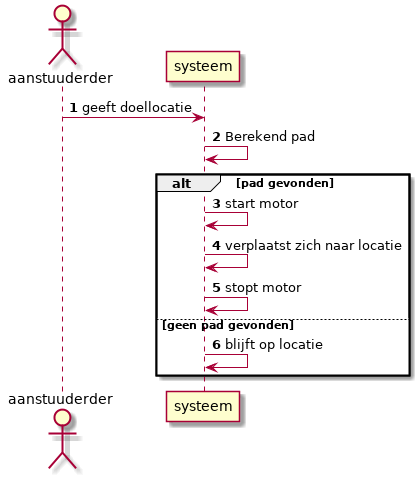
Earlier version of the PlantUML export Docs/DesignDocumenten/UML/out/usecase/sequence/aansturendrone/aansturendrone.png (mauriceberentsen/Automated-Drone-Distribution-Network).
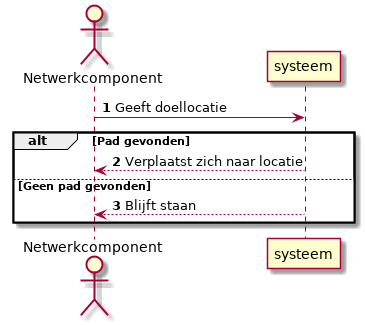
Above is the later version.

The edit, as a diff of the source:
```diff
@@ -2,17 +2,14 @@
 
 autonumber
 
-actor "aanstuuderder" as aan
+actor "Netwerkcomponent" as aan
 participant systeem
 
-aan -> systeem : geeft doellocatie
-systeem -> systeem : Berekend pad
-alt pad gevonden
-systeem -> systeem : start motor
-systeem -> systeem : verplaatst zich naar locatie
-systeem -> systeem : stopt motor
-else geen pad gevonden
-systeem ->  systeem : blijft op locatie
+aan -> systeem : Geeft doellocatie
+alt Pad gevonden
+aan <-- systeem : Verplaatst zich naar locatie
+else Geen pad gevonden
+aan <-- systeem : Blijft staan
 end
 
 @enduml
```
